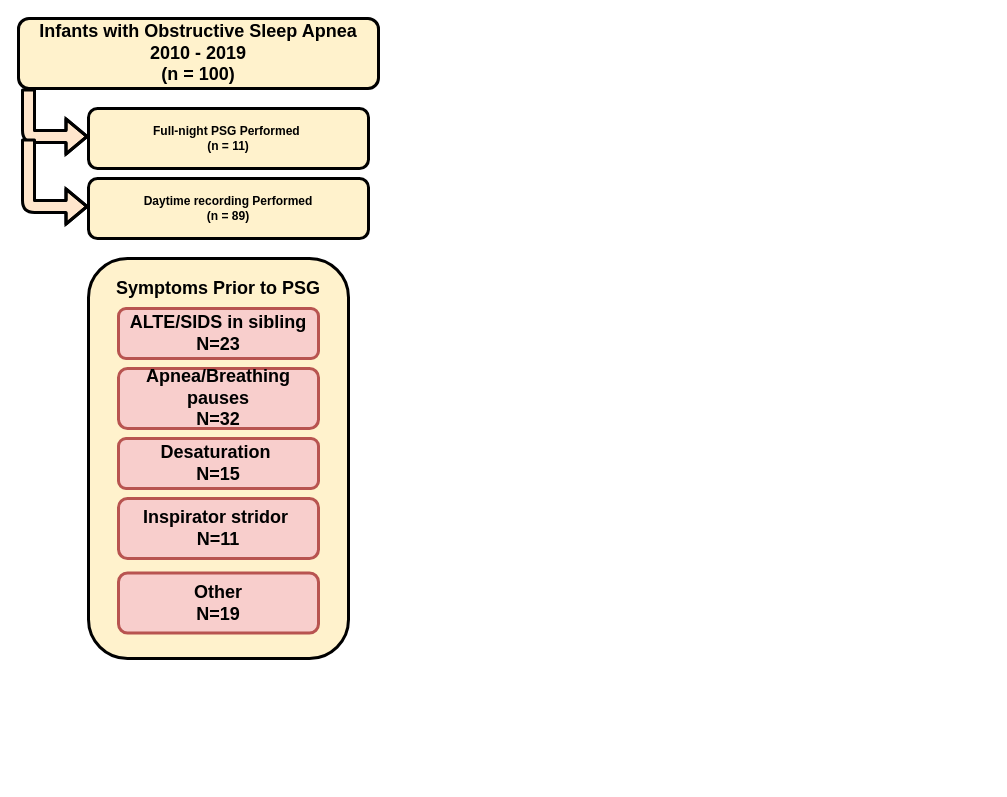
Hanna-Leena/IODS-project keeps this draw.io diagram as infant_OSA_picture221220.drawio. Above is the earlier version. Source tidied: cells renumbered, new cells numbered last; positions are measured from the earlier drawing's top-left corner, leaving out a move shared by most shapes. Both pictures are drawn from the tidied source at 100%, with x=0, y=0 at pixel (18, 18).
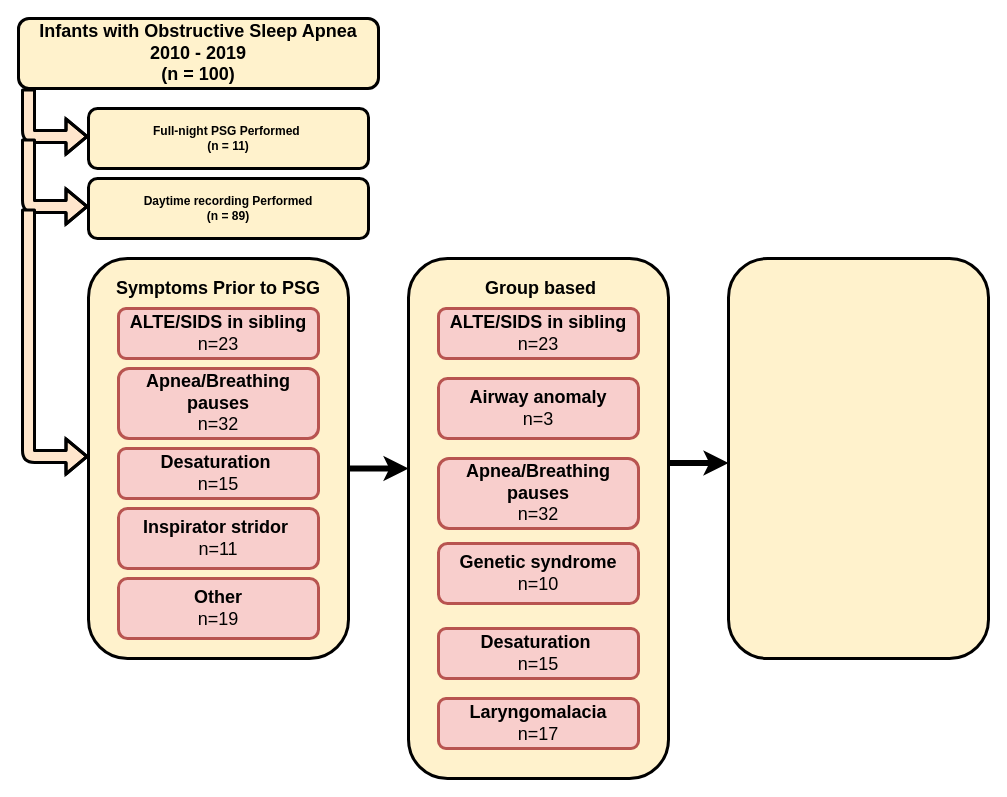
The same page after the edit.

What changed in the source:
```diff
@@
-    <mxCell id="4" value="&lt;font size=&quot;4&quot;&gt;&lt;b&gt;Desaturation&amp;nbsp;&lt;br&gt;N=15&lt;br&gt;&lt;/b&gt;&lt;/font&gt;" style="rounded=1;whiteSpace=wrap;html=1;fillColor=#f8cecc;strokeWidth=3;strokeColor=#b85450;" parent="1" vertex="1">
-      <mxGeometry x="100" y="420" width="200" height="50" as="geometry" />
+    <mxCell id="4" value="&lt;font size=&quot;4&quot;&gt;&lt;b&gt;Desaturation&amp;nbsp;&lt;/b&gt;&lt;br&gt;n=15&lt;br&gt;&lt;/font&gt;" style="rounded=1;whiteSpace=wrap;html=1;fillColor=#f8cecc;strokeWidth=3;strokeColor=#b85450;" parent="1" vertex="1">
+      <mxGeometry x="100" y="430" width="200" height="50" as="geometry" />
     </mxCell>
-    <mxCell id="5" value="&lt;font size=&quot;4&quot;&gt;&lt;b&gt;Apnea/Breathing pauses&lt;br&gt;N=32&lt;br&gt;&lt;/b&gt;&lt;/font&gt;" style="rounded=1;whiteSpace=wrap;html=1;fillColor=#f8cecc;strokeWidth=3;strokeColor=#b85450;" parent="1" vertex="1">
-      <mxGeometry x="100" y="350" width="200" height="60" as="geometry" />
+    <mxCell id="5" value="&lt;font size=&quot;4&quot;&gt;&lt;b&gt;Apnea/Breathing pauses&lt;/b&gt;&lt;br&gt;n=32&lt;br&gt;&lt;/font&gt;" style="rounded=1;whiteSpace=wrap;html=1;fillColor=#f8cecc;strokeWidth=3;strokeColor=#b85450;" parent="1" vertex="1">
+      <mxGeometry x="100" y="350" width="200" height="70" as="geometry" />
     </mxCell>
-    <mxCell id="6" value="&lt;font size=&quot;4&quot;&gt;&lt;b&gt;Inspirator stridor&amp;nbsp;&lt;br&gt;N=11&lt;br&gt;&lt;/b&gt;&lt;/font&gt;" style="rounded=1;whiteSpace=wrap;html=1;fillColor=#f8cecc;strokeWidth=3;strokeColor=#b85450;" parent="1" vertex="1">
-      <mxGeometry x="100" y="480" width="200" height="60" as="geometry" />
+    <mxCell id="6" value="&lt;font size=&quot;4&quot;&gt;&lt;b&gt;Inspirator stridor&amp;nbsp;&lt;/b&gt;&lt;br&gt;n=11&lt;br&gt;&lt;/font&gt;" style="rounded=1;whiteSpace=wrap;html=1;fillColor=#f8cecc;strokeWidth=3;strokeColor=#b85450;" parent="1" vertex="1">
+      <mxGeometry x="100" y="490" width="200" height="60" as="geometry" />
     </mxCell>
-    <mxCell id="7" value="&lt;font size=&quot;4&quot;&gt;&lt;b&gt;Other&lt;br&gt;N=19&lt;br&gt;&lt;/b&gt;&lt;/font&gt;" style="rounded=1;whiteSpace=wrap;html=1;fillColor=#f8cecc;strokeWidth=3;strokeColor=#b85450;" parent="1" vertex="1">
-      <mxGeometry x="100" y="554.5" width="200" height="60" as="geometry" />
+    <mxCell id="7" value="&lt;font size=&quot;4&quot;&gt;&lt;b&gt;Other&lt;/b&gt;&lt;br&gt;n=19&lt;br&gt;&lt;/font&gt;" style="rounded=1;whiteSpace=wrap;html=1;fillColor=#f8cecc;strokeWidth=3;strokeColor=#b85450;" parent="1" vertex="1">
+      <mxGeometry x="100" y="560" width="200" height="60" as="geometry" />
     </mxCell>
@@
-    <mxCell id="9" value="&lt;font size=&quot;4&quot;&gt;&lt;b&gt;ALTE/SIDS in sibling&lt;br&gt;N=23&lt;br&gt;&lt;/b&gt;&lt;/font&gt;" style="rounded=1;whiteSpace=wrap;html=1;fillColor=#f8cecc;strokeWidth=3;strokeColor=#b85450;" parent="1" vertex="1">
+    <mxCell id="9" value="&lt;font size=&quot;4&quot;&gt;&lt;b&gt;ALTE/SIDS in sibling&lt;/b&gt;&lt;br&gt;n=23&lt;br&gt;&lt;/font&gt;" style="rounded=1;whiteSpace=wrap;html=1;fillColor=#f8cecc;strokeWidth=3;strokeColor=#b85450;" parent="1" vertex="1">
       <mxGeometry x="100" y="290" width="200" height="50" as="geometry" />
     </mxCell>
@@
+    <mxCell id="14" style="shape=flexArrow;endArrow=classic;html=1;fillColor=#ffe6cc;strokeWidth=3;" parent="1" edge="1">
+      <mxGeometry relative="1" as="geometry">
+        <mxPoint x="10" y="190" as="sourcePoint" />
+        <mxPoint x="70" y="438" as="targetPoint" />
+        <Array as="points">
+          <mxPoint x="10" y="438" />
+        </Array>
+      </mxGeometry>
+    </mxCell>
+    <mxCell id="15" style="rounded=1;whiteSpace=wrap;html=1;fillColor=#fff2cc;strokeWidth=3;" parent="1" vertex="1">
+      <mxGeometry x="390" y="240" width="260" height="520" as="geometry" />
+    </mxCell>
+    <mxCell id="16" style="rounded=1;whiteSpace=wrap;html=1;fillColor=#fff2cc;strokeWidth=3;" parent="1" vertex="1">
+      <mxGeometry x="710" y="240" width="260" height="400" as="geometry" />
+    </mxCell>
+    <mxCell id="17" value="&lt;b&gt;&lt;font style=&quot;font-size: 18px&quot;&gt;Group based&amp;nbsp;&lt;/font&gt;&lt;/b&gt;" style="text;html=1;strokeColor=none;fillColor=none;align=center;verticalAlign=middle;whiteSpace=wrap;rounded=0;" parent="1" vertex="1">
+      <mxGeometry x="430" y="260" width="190" height="20" as="geometry" />
+    </mxCell>
+    <mxCell id="18" value="&lt;font size=&quot;4&quot;&gt;&lt;b&gt;ALTE/SIDS in sibling&lt;/b&gt;&lt;br&gt;n=23&lt;br&gt;&lt;/font&gt;" style="rounded=1;whiteSpace=wrap;html=1;fillColor=#f8cecc;strokeWidth=3;strokeColor=#b85450;" parent="1" vertex="1">
+      <mxGeometry x="420" y="290" width="200" height="50" as="geometry" />
+    </mxCell>
+    <mxCell id="19" value="&lt;font size=&quot;4&quot;&gt;&lt;b&gt;Apnea/Breathing pauses&lt;/b&gt;&lt;br&gt;n=32&lt;br&gt;&lt;/font&gt;" style="rounded=1;whiteSpace=wrap;html=1;fillColor=#f8cecc;strokeWidth=3;strokeColor=#b85450;" parent="1" vertex="1">
+      <mxGeometry x="420" y="440" width="200" height="70" as="geometry" />
+    </mxCell>
+    <mxCell id="20" value="&lt;font size=&quot;4&quot;&gt;&lt;b&gt;Desaturation&amp;nbsp;&lt;/b&gt;&lt;br&gt;n=15&lt;br&gt;&lt;/font&gt;" style="rounded=1;whiteSpace=wrap;html=1;fillColor=#f8cecc;strokeWidth=3;strokeColor=#b85450;" parent="1" vertex="1">
+      <mxGeometry x="420" y="610" width="200" height="50" as="geometry" />
+    </mxCell>
+    <mxCell id="21" value="&lt;font size=&quot;4&quot;&gt;&lt;b&gt;Airway anomaly&lt;/b&gt;&lt;br&gt;n=3&lt;br&gt;&lt;/font&gt;" style="rounded=1;whiteSpace=wrap;html=1;fillColor=#f8cecc;strokeWidth=3;strokeColor=#b85450;" parent="1" vertex="1">
+      <mxGeometry x="420" y="360" width="200" height="60" as="geometry" />
+    </mxCell>
+    <mxCell id="22" value="&lt;font size=&quot;4&quot;&gt;&lt;b&gt;Genetic syndrome&lt;/b&gt;&lt;br&gt;n=10&lt;br&gt;&lt;/font&gt;" style="rounded=1;whiteSpace=wrap;html=1;fillColor=#f8cecc;strokeWidth=3;strokeColor=#b85450;" parent="1" vertex="1">
+      <mxGeometry x="420" y="525" width="200" height="60" as="geometry" />
+    </mxCell>
+    <mxCell id="23" value="&lt;font size=&quot;4&quot;&gt;&lt;b&gt;Laryngomalacia&lt;/b&gt;&lt;br&gt;n=17&lt;br&gt;&lt;/font&gt;" style="rounded=1;whiteSpace=wrap;html=1;fillColor=#f8cecc;strokeWidth=3;strokeColor=#b85450;" parent="1" vertex="1">
+      <mxGeometry x="420" y="680" width="200" height="50" as="geometry" />
+    </mxCell>
+    <mxCell id="24" style="endArrow=classic;html=1;entryX=0;entryY=0.404;entryDx=0;entryDy=0;entryPerimeter=0;strokeWidth=6;" parent="1" edge="1" target="15">
+      <mxGeometry relative="1" as="geometry">
+        <mxPoint x="330" y="450" as="sourcePoint" />
+        <Array as="points">
+          <mxPoint x="330" y="450" />
+        </Array>
+      </mxGeometry>
+    </mxCell>
+    <mxCell id="25" style="endArrow=classic;html=1;entryX=0;entryY=0.404;entryDx=0;entryDy=0;entryPerimeter=0;strokeWidth=6;" parent="1" edge="1">
+      <mxGeometry relative="1" as="geometry">
+        <mxPoint x="650" y="444.5" as="sourcePoint" />
+        <mxPoint x="710" y="444.6" as="targetPoint" />
+        <Array as="points">
+          <mxPoint x="650" y="444.5" />
+        </Array>
+      </mxGeometry>
+    </mxCell>
```
